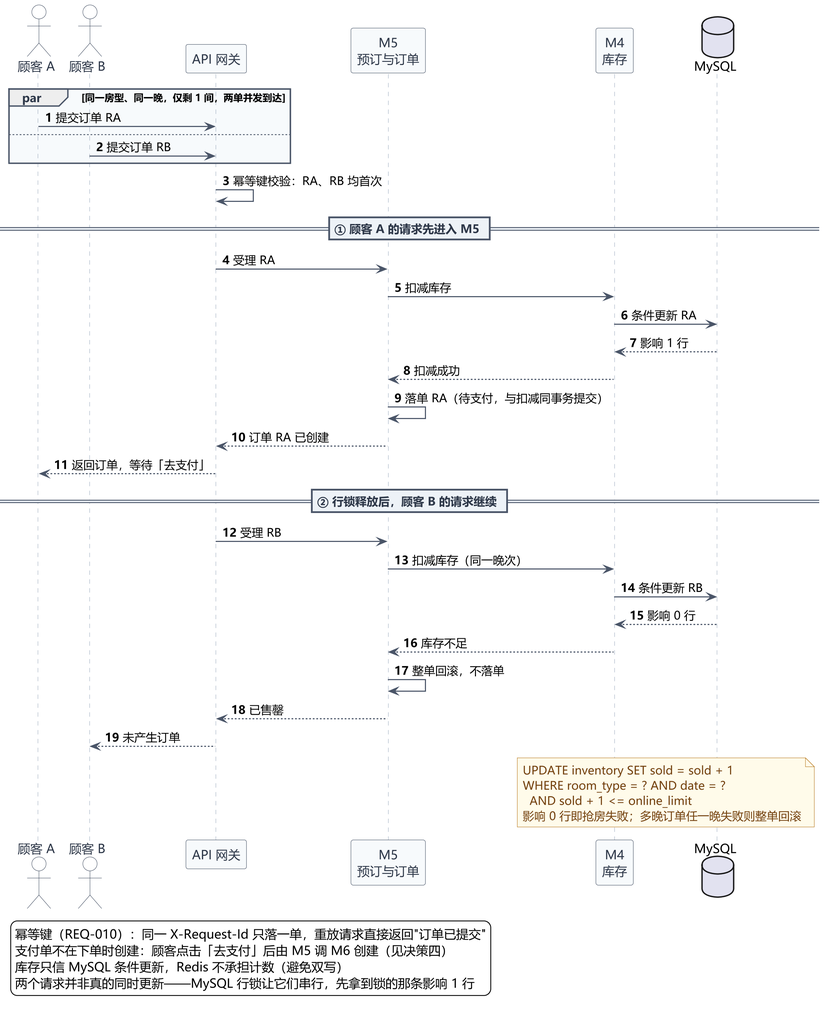
The PlantUML diagram UML/UML时序图_并发抢房.png in ruzhai/software-engineering-labs, before a commit.
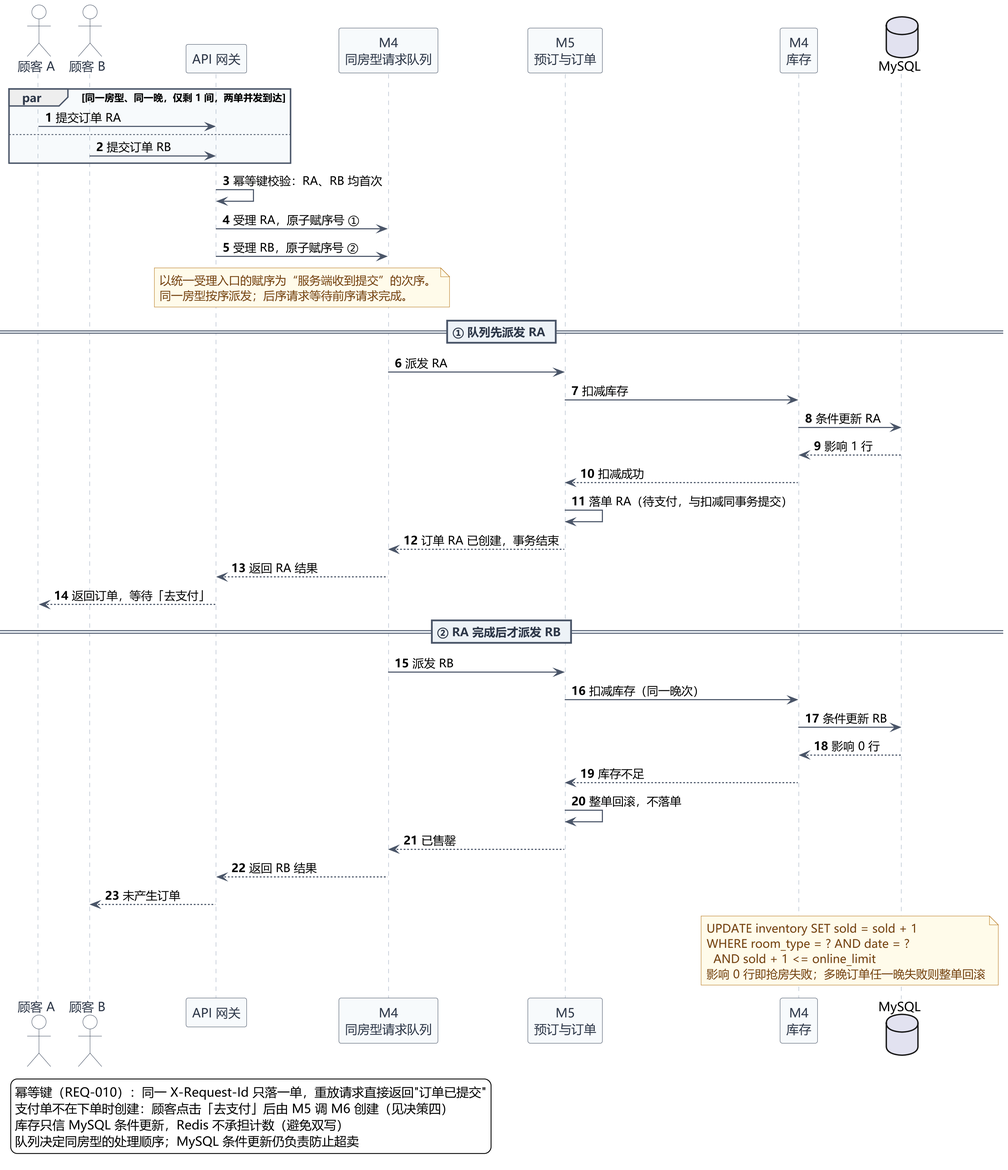
Above is the later version.

Diff of the diagram source:
```diff
@@ -26,6 +26,7 @@
 actor "顾客 A" as UA
 actor "顾客 B" as UB
 participant "API 网关" as GW
+participant "M4\n同房型请求队列" as Q
 participant "M5\n预订与订单" as M5
 participant "M4\n库存" as M4
 database "MySQL" as DB
@@ -37,25 +38,33 @@
 end
 
 GW -> GW : 幂等键校验：RA、RB 均首次
+GW -> Q : 受理 RA，原子赋序号 ①
+GW -> Q : 受理 RB，原子赋序号 ②
+note over GW, Q
+  以统一受理入口的赋序为“服务端收到提交”的次序。
+  同一房型按序派发；后序请求等待前序请求完成。
+end note
 
-== ① 顾客 A 的请求先进入 M5 ==
-GW -> M5 : 受理 RA
+== ① 队列先派发 RA ==
+Q -> M5 : 派发 RA
 M5 -> M4 : 扣减库存
 M4 -> DB : 条件更新 RA
 DB --> M4 : 影响 1 行
 M4 --> M5 : 扣减成功
 M5 -> M5 : 落单 RA（待支付，与扣减同事务提交）
-M5 --> GW : 订单 RA 已创建
+M5 --> Q : 订单 RA 已创建，事务结束
+Q --> GW : 返回 RA 结果
 GW --> UA : 返回订单，等待「去支付」
 
-== ② 行锁释放后，顾客 B 的请求继续 ==
-GW -> M5 : 受理 RB
+== ② RA 完成后才派发 RB ==
+Q -> M5 : 派发 RB
 M5 -> M4 : 扣减库存（同一晚次）
 M4 -> DB : 条件更新 RB
 DB --> M4 : 影响 0 行
 M4 --> M5 : 库存不足
 M5 -> M5 : 整单回滚，不落单
-M5 --> GW : 已售罄
+M5 --> Q : 已售罄
+Q --> GW : 返回 RB 结果
 GW --> UB : 未产生订单
 
 note over M4, DB
@@ -69,6 +78,6 @@
   幂等键（REQ-010）：同一 X-Request-Id 只落一单，重放请求直接返回"订单已提交"
   支付单不在下单时创建：顾客点击「去支付」后由 M5 调 M6 创建（见决策四）
   库存只信 MySQL 条件更新，Redis 不承担计数（避免双写）
-  两个请求并非真的同时更新——MySQL 行锁让它们串行，先拿到锁的那条影响 1 行
+  队列决定同房型的处理顺序；MySQL 条件更新仍负责防止超卖
 end legend
 @enduml
```
